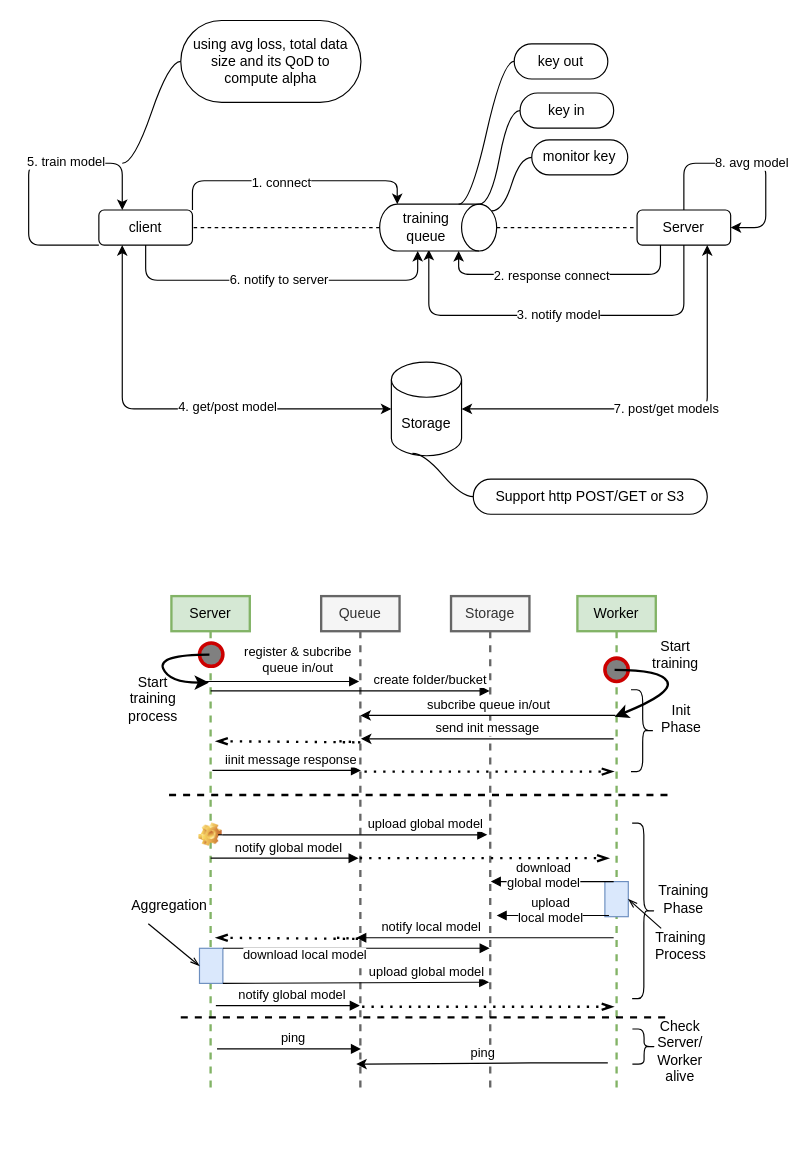
The draw.io diagram page "Page-1" (1 of 6) of Diagram.drawio in soeai/asyn2f, before the edit. Source tidied: cells renumbered, new cells numbered last; positions are measured from the earlier drawing's top-left corner, leaving out a move shared by most shapes. Both pictures are drawn from the tidied source at 117%, with x=0, y=0 at pixel (28, 20).
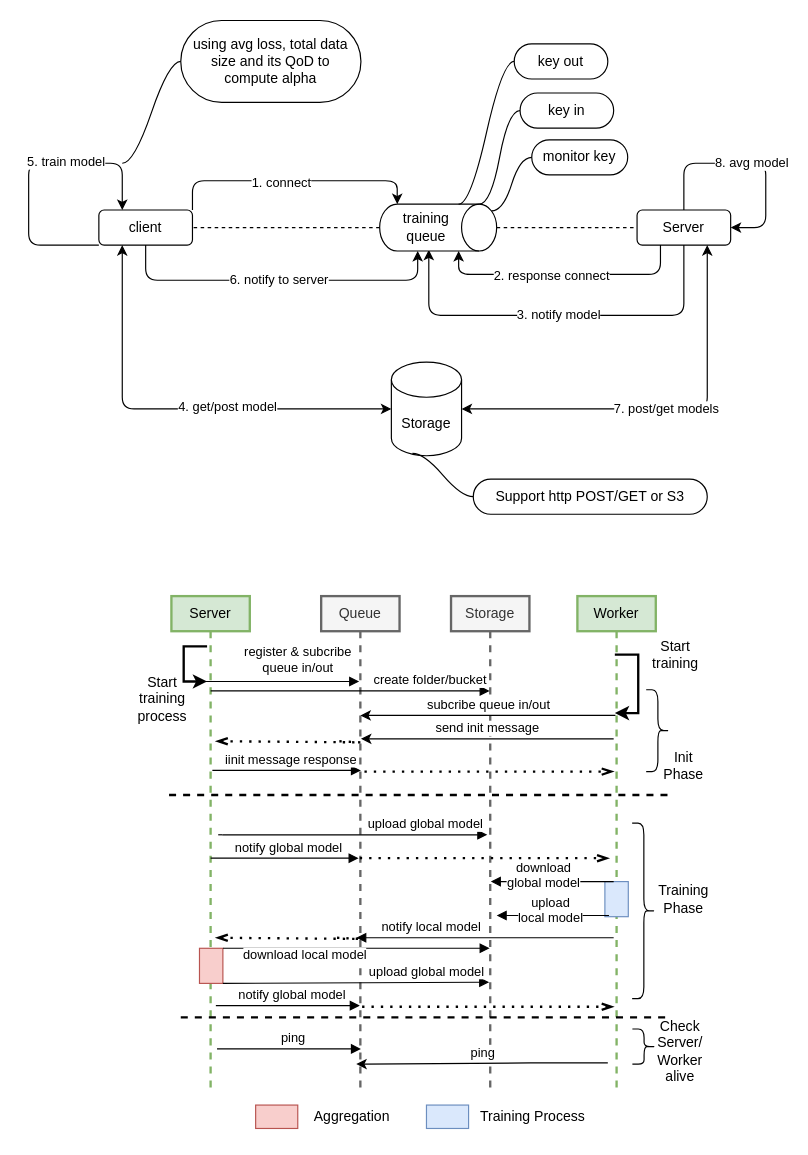
The same diagram, later.

Unchanged cells that the change refers to:
```xml
<mxCell id="31" value="Server" style="shape=umlLifeline;perimeter=lifelinePerimeter;whiteSpace=wrap;html=1;outlineConnect=0;shadow=0;gradientDirection=east;size=30;fillColor=#d5e8d4;strokeColor=#82b366;strokeWidth=2;" parent="1" vertex="1">
  <mxGeometry x="122" y="492" width="67" height="420" as="geometry" />
</mxCell>
<mxCell id="34" value="Worker" style="shape=umlLifeline;perimeter=lifelinePerimeter;whiteSpace=wrap;html=1;shadow=0;gradientDirection=east;size=30;fillColor=#d5e8d4;strokeColor=#82b366;strokeWidth=2;" parent="1" vertex="1">
  <mxGeometry x="469" y="492" width="67" height="420" as="geometry" />
</mxCell>
```

The edit, as a diff of the source:
```diff
@@
-    <mxCell id="32" style="rounded=0;whiteSpace=wrap;html=1;shadow=0;gradientDirection=east;fillColor=#dae8fc;strokeColor=#6c8ebf;" parent="31" vertex="1">
+    <mxCell id="32" style="rounded=0;whiteSpace=wrap;html=1;shadow=0;gradientDirection=east;fillColor=#f8cecc;strokeColor=#b85450;" parent="31" vertex="1">
       <mxGeometry x="24" y="301" width="20" height="30" as="geometry" />
     </mxCell>
-    <mxCell id="33" style="ellipse;whiteSpace=wrap;html=1;fillColor=#808080;strokeColor=#CC0000;strokeWidth=3;" parent="31" vertex="1">
-      <mxGeometry x="24" y="40" width="20" height="20" as="geometry" />
-    </mxCell>
+    <mxCell id="71" style="endArrow=classic;html=1;rounded=0;strokeWidth=2;edgeStyle=orthogonalEdgeStyle;" parent="31" edge="1">
+      <mxGeometry relative="1" as="geometry">
+        <mxPoint x="30.5" y="43" as="sourcePoint" />
+        <mxPoint x="30.5" y="73" as="targetPoint" />
+        <Array as="points">
+          <mxPoint x="10.5" y="43" />
+          <mxPoint x="10.5" y="73" />
+        </Array>
+      </mxGeometry>
+    </mxCell>
@@
-    <mxCell id="35" style="rounded=0;whiteSpace=wrap;html=1;shadow=0;gradientDirection=east;fillColor=#dae8fc;strokeColor=#6c8ebf;" parent="34" vertex="1">
+    <mxCell id="35" style="rounded=0;whiteSpace=wrap;html=1;shadow=0;gradientDirection=east;fillColor=#dae8fc;strokeColor=#6c8ebf;gradientColor=none;" parent="34" vertex="1">
       <mxGeometry x="23.5" y="244" width="20" height="30" as="geometry" />
     </mxCell>
@@
-    <mxCell id="38" style="ellipse;whiteSpace=wrap;html=1;fillColor=#808080;strokeWidth=3;strokeColor=#CC0000;" parent="34" vertex="1">
-      <mxGeometry x="23.5" y="53" width="20" height="20" as="geometry" />
-    </mxCell>
@@
     <mxCell id="47" style="shape=curlyBracket;whiteSpace=wrap;html=1;rounded=1;flipH=1;shadow=0;gradientColor=none;gradientDirection=east;" parent="1" vertex="1">
-      <mxGeometry x="514.8" y="572" width="20" height="70" as="geometry" />
+      <mxGeometry x="527.8" y="572" width="20" height="70" as="geometry" />
     </mxCell>
     <mxCell id="48" value="Init Phase" style="text;html=1;strokeColor=none;fillColor=none;align=center;verticalAlign=middle;whiteSpace=wrap;rounded=0;shadow=0;" parent="1" vertex="1">
-      <mxGeometry x="533" y="582" width="50" height="30" as="geometry" />
+      <mxGeometry x="535" y="622" width="50" height="30" as="geometry" />
     </mxCell>
-    <mxCell id="49" value="upload global model" style="html=1;verticalAlign=bottom;endArrow=block;rounded=0;startArrow=none;" parent="1" edge="1" source="64">
+    <mxCell id="49" value="upload global model" style="html=1;verticalAlign=bottom;endArrow=block;rounded=0;startArrow=none;" parent="1" edge="1">
       <mxGeometry x="0.53" relative="1" as="geometry">
+        <mxPoint x="165.5" y="696" as="sourcePoint" />
         <mxPoint x="392" y="696" as="targetPoint" />
       </mxGeometry>
     </mxCell>
@@
-    <mxCell id="59" style="edgeStyle=none;rounded=0;jettySize=auto;html=1;entryX=1;entryY=0.5;entryDx=0;entryDy=0;startArrow=none;startFill=0;endArrow=openThin;endFill=0;endSize=6;" parent="1" edge="1" source="60" target="35">
-      <mxGeometry relative="1" as="geometry" />
-    </mxCell>
     <mxCell id="60" value="Training Process" style="text;html=1;strokeColor=none;fillColor=none;align=center;verticalAlign=middle;whiteSpace=wrap;rounded=0;shadow=0;" parent="1" vertex="1">
-      <mxGeometry x="531" y="776" width="53" height="30" as="geometry" />
+      <mxGeometry x="376" y="922" width="110" height="30" as="geometry" />
     </mxCell>
@@
-    <mxCell id="64" style="shape=image;html=1;verticalLabelPosition=bottom;verticalAlign=top;imageAspect=0;image=img/clipart/Gear_128x128.png;shadow=0;gradientColor=none;gradientDirection=east;" parent="1" vertex="1">
-      <mxGeometry x="145.5" y="686" width="20" height="20" as="geometry" />
-    </mxCell>
-    <mxCell id="65" style="html=1;verticalAlign=bottom;endArrow=none;rounded=0;" parent="1" edge="1" target="64">
+    <mxCell id="65" style="html=1;verticalAlign=bottom;endArrow=none;rounded=0;" parent="1" edge="1">
       <mxGeometry x="0.53" relative="1" as="geometry">
         <mxPoint x="162" y="696" as="sourcePoint" />
+        <mxPoint x="165.5" y="696" as="targetPoint" />
       </mxGeometry>
     </mxCell>
@@
-    <mxCell id="71" style="curved=1;endArrow=classic;html=1;rounded=0;entryX=0.478;entryY=0.176;entryDx=0;entryDy=0;entryPerimeter=0;strokeWidth=2;" parent="1" edge="1" source="31" target="31">
-      <mxGeometry relative="1" as="geometry">
-        <Array as="points">
-          <mxPoint x="110" y="542" />
-          <mxPoint x="120" y="566" />
-        </Array>
-      </mxGeometry>
-    </mxCell>
-    <mxCell id="72" style="curved=1;endArrow=classic;html=1;rounded=0;strokeWidth=2;" parent="1" edge="1">
+    <mxCell id="72" style="endArrow=classic;html=1;rounded=0;strokeWidth=2;edgeStyle=orthogonalEdgeStyle;" parent="1" edge="1">
       <mxGeometry relative="1" as="geometry">
-        <mxPoint x="500.8" y="555" as="sourcePoint" />
-        <mxPoint x="500.8" y="595" as="targetPoint" />
+        <mxPoint x="501" y="542" as="sourcePoint" />
+        <mxPoint x="501" y="592" as="targetPoint" />
         <Array as="points">
-          <mxPoint x="540.8" y="555" />
-          <mxPoint x="550.8" y="575" />
+          <mxPoint x="501" y="542" />
+          <mxPoint x="521" y="542" />
+          <mxPoint x="521" y="592" />
         </Array>
       </mxGeometry>
     </mxCell>
     <mxCell id="73" value="Start training process" style="text;html=1;strokeColor=none;fillColor=none;align=center;verticalAlign=middle;whiteSpace=wrap;rounded=0;shadow=0;" parent="1" vertex="1">
-      <mxGeometry x="80" y="565" width="52.5" height="30" as="geometry" />
+      <mxGeometry x="87.5" y="565" width="52.5" height="30" as="geometry" />
     </mxCell>
     <mxCell id="74" value="Aggregation" style="text;html=1;strokeColor=none;fillColor=none;align=center;verticalAlign=middle;whiteSpace=wrap;rounded=0;shadow=0;" parent="1" vertex="1">
-      <mxGeometry x="84" y="742" width="73" height="30" as="geometry" />
+      <mxGeometry x="240" y="922" width="73" height="30" as="geometry" />
     </mxCell>
-    <mxCell id="75" style="edgeStyle=none;rounded=0;jettySize=auto;html=1;entryX=0;entryY=0.5;entryDx=0;entryDy=0;startArrow=none;startFill=0;endArrow=openThin;endFill=0;endSize=6;exitX=0.25;exitY=1;exitDx=0;exitDy=0;" parent="1" edge="1" source="74" target="32">
-      <mxGeometry relative="1" as="geometry" />
-    </mxCell>
@@
+    <mxCell id="77" style="rounded=0;whiteSpace=wrap;html=1;fillColor=#f8cecc;strokeColor=#b85450;" parent="1" vertex="1">
+      <mxGeometry x="194" y="927" width="36" height="20" as="geometry" />
+    </mxCell>
+    <mxCell id="78" style="rounded=0;whiteSpace=wrap;html=1;fillColor=#dae8fc;strokeColor=#6c8ebf;glass=0;sketch=0;shadow=0;" parent="1" vertex="1">
+      <mxGeometry x="340" y="927" width="36" height="20" as="geometry" />
+    </mxCell>
```
